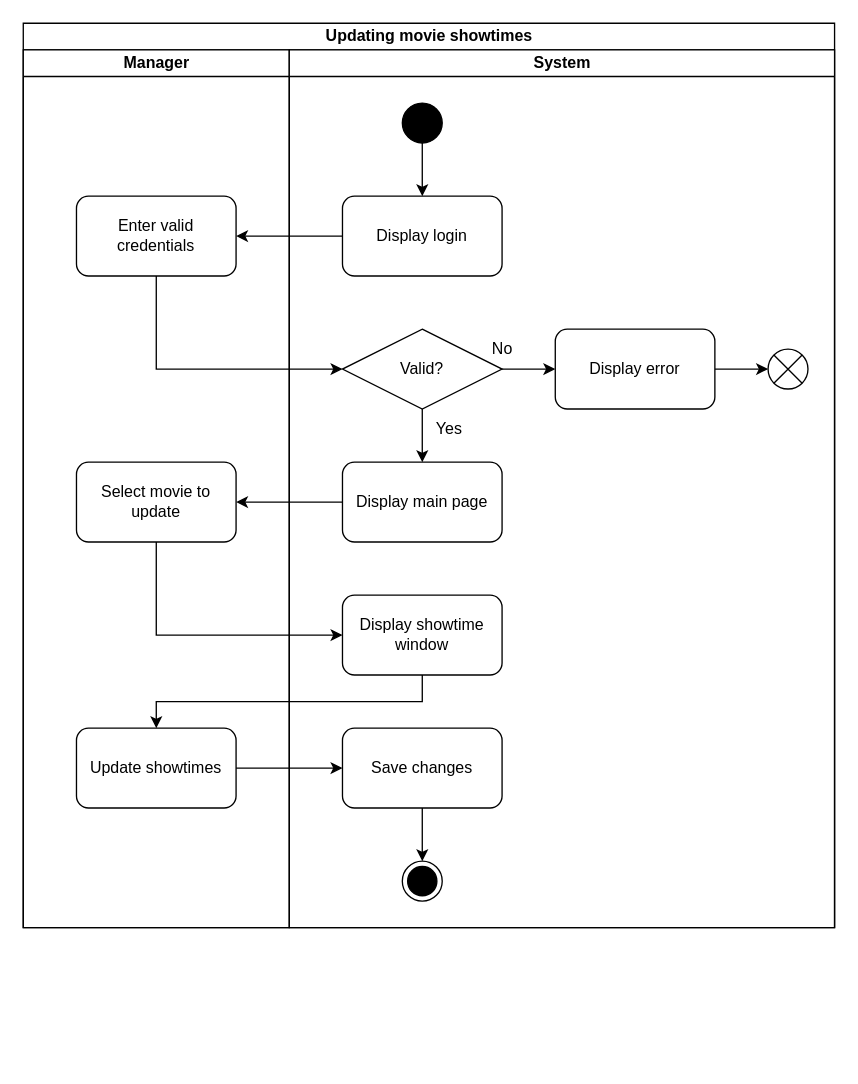
Before: UML-UpdatingShowtimes.drawio in JustinBouffard/MovieTheaterManagementApp, a draw.io diagram. Source tidied: cells renumbered, new cells numbered last; positions are measured from the earlier drawing's top-left corner, leaving out a move shared by most shapes. Both pictures are drawn from the tidied source at 133%, with x=0, y=0 at pixel (23, 23).
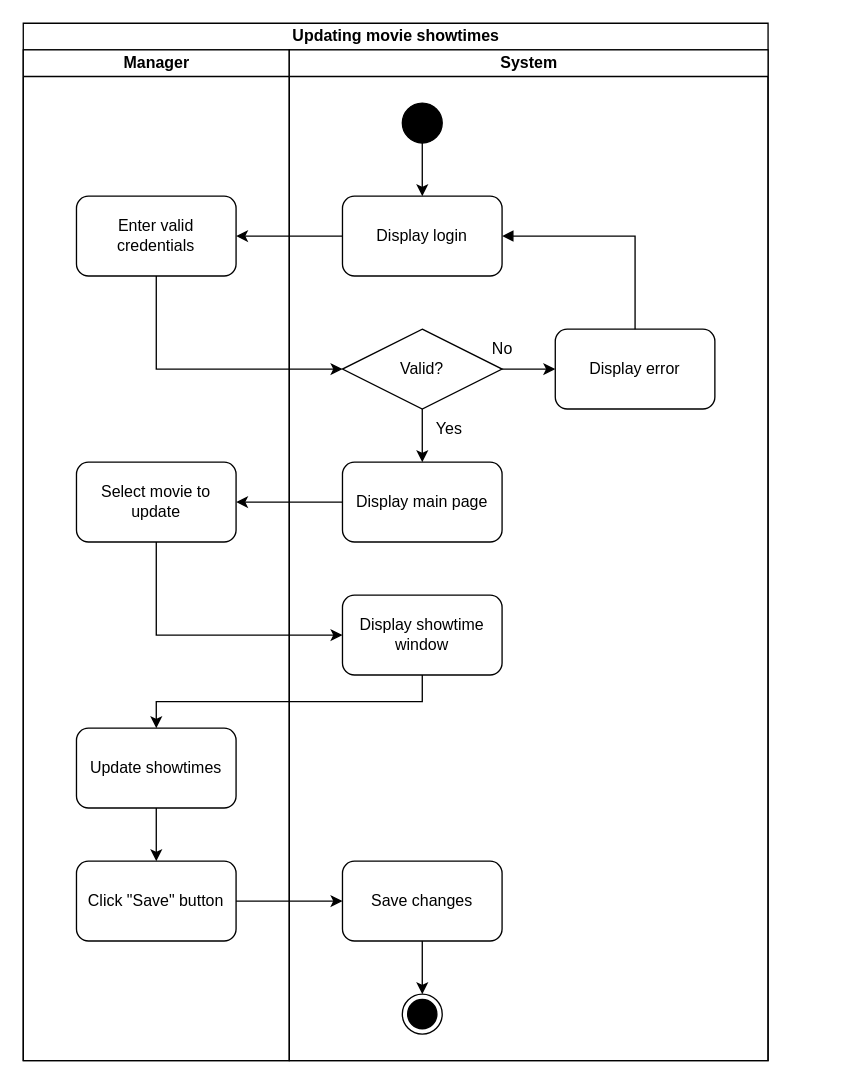
The same diagram, later.

Commit message (it also covers changes not shown here):
Fixed UML-UpdatingShowtimes

Unchanged cells that the change refers to:
```xml
<mxCell id="7" value="Update showtimes" style="rounded=1;whiteSpace=wrap;html=1;" parent="4" vertex="1">
  <mxGeometry x="-160" y="510" width="120" height="60" as="geometry" />
</mxCell>
<mxCell id="10" value="Display login" style="rounded=1;whiteSpace=wrap;html=1;" parent="4" vertex="1">
  <mxGeometry x="40" y="110" width="120" height="60" as="geometry" />
</mxCell>
<mxCell id="16" value="Display error" style="rounded=1;whiteSpace=wrap;html=1;" parent="4" vertex="1">
  <mxGeometry x="200" y="210" width="120" height="60" as="geometry" />
</mxCell>
```

Diff of the diagram source:
```diff
@@
     <mxCell id="2" value="Updating movie showtimes" style="swimlane;startSize=20;html=1;" parent="1" vertex="1">
-      <mxGeometry width="610" height="680" as="geometry" />
+      <mxGeometry width="560" height="780" as="geometry" />
     </mxCell>
     <mxCell id="3" value="Manager" style="swimlane;startSize=20;html=1;" parent="2" vertex="1">
-      <mxGeometry y="20" width="200" height="660" as="geometry" />
+      <mxGeometry y="20" width="200" height="760" as="geometry" />
     </mxCell>
+    <mxCell id="30" value="Click &quot;Save&quot; button" style="rounded=1;whiteSpace=wrap;html=1;" parent="3" vertex="1">
+      <mxGeometry x="40" y="610" width="120" height="60" as="geometry" />
+    </mxCell>
     <mxCell id="4" value="System" style="swimlane;startSize=20;html=1;" parent="2" vertex="1">
-      <mxGeometry x="200" y="20" width="410" height="660" as="geometry" />
+      <mxGeometry x="200" y="20" width="360" height="760" as="geometry" />
     </mxCell>
@@
     <mxCell id="9" style="ellipse;html=1;shape=endState;fillColor=strokeColor;" parent="4" vertex="1">
-      <mxGeometry x="85" y="610" width="30" height="30" as="geometry" />
+      <mxGeometry x="85" y="710" width="30" height="30" as="geometry" />
     </mxCell>
@@
-    <mxCell id="15" style="edgeStyle=orthogonalEdgeStyle;rounded=0;jettySize=auto;html=1;" parent="4" edge="1" source="16" target="22">
-      <mxGeometry relative="1" as="geometry" />
-    </mxCell>
@@
     <mxCell id="19" value="Save changes" style="rounded=1;whiteSpace=wrap;html=1;" parent="4" vertex="1">
-      <mxGeometry x="40" y="510" width="120" height="60" as="geometry" />
+      <mxGeometry x="40" y="610" width="120" height="60" as="geometry" />
     </mxCell>
@@
-    <mxCell id="22" style="shape=sumEllipse;perimeter=ellipsePerimeter;html=1;backgroundOutline=1;" parent="4" vertex="1">
-      <mxGeometry x="360" y="225" width="30" height="30" as="geometry" />
-    </mxCell>
@@
-    <mxCell id="29" style="edgeStyle=orthogonalEdgeStyle;rounded=0;jettySize=auto;html=1;" parent="4" edge="1" source="7" target="19">
-      <mxGeometry relative="1" as="geometry" />
-    </mxCell>
+    <mxCell id="31" style="endArrow=block;html=1;rounded=0;entryX=1;entryY=0.5;entryDx=0;entryDy=0;exitX=0.5;exitY=0;exitDx=0;exitDy=0;endFill=1;" parent="4" edge="1" source="16" target="10">
+      <mxGeometry relative="1" as="geometry">
+        <Array as="points">
+          <mxPoint x="260" y="140" />
+        </Array>
+      </mxGeometry>
+    </mxCell>
+    <mxCell id="32" style="edgeStyle=orthogonalEdgeStyle;rounded=0;jettySize=auto;html=1;" parent="2" edge="1" source="30" target="19">
+      <mxGeometry relative="1" as="geometry" />
+    </mxCell>
+    <mxCell id="33" style="edgeStyle=orthogonalEdgeStyle;rounded=0;jettySize=auto;html=1;" parent="2" edge="1" source="7" target="30">
+      <mxGeometry relative="1" as="geometry" />
+    </mxCell>
```
